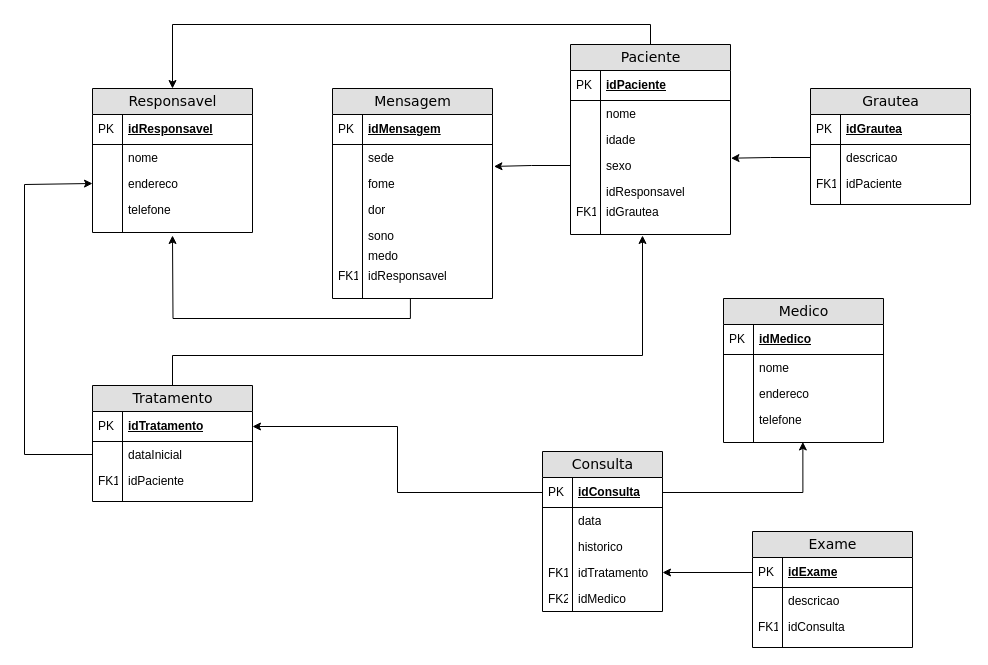
Before: Diagrama banco de dados ComuniCaut.drawio in andrematos79/andrematos79, a draw.io diagram. Source tidied: cells renumbered, new cells numbered last; positions are measured from the earlier drawing's top-left corner, leaving out a move shared by most shapes. Both pictures are drawn from the tidied source at 100%, with x=0, y=0 at pixel (24, 44).
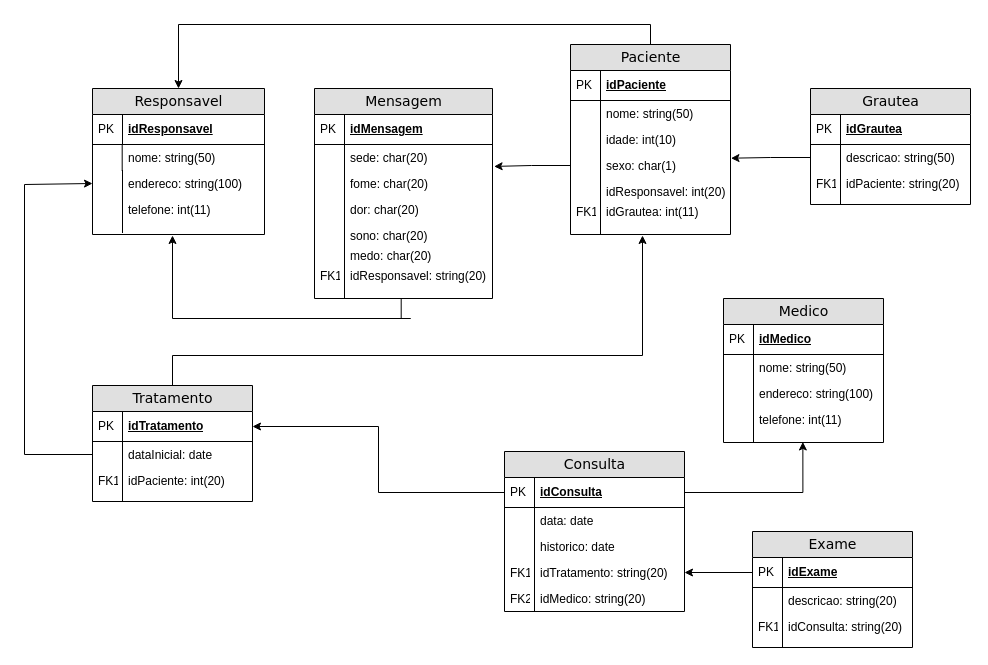
After the change.

Unchanged cells that the change refers to:
```xml
<mxCell id="3" value="Paciente" style="swimlane;html=1;fontStyle=0;horizontal=1;startSize=26;fillColor=#e0e0e0;swimlaneFillColor=#ffffff;align=center;rounded=0;shadow=0;comic=0;labelBackgroundColor=none;strokeWidth=1;fontFamily=Verdana;fontSize=14;" parent="1" vertex="1">
  <mxGeometry x="546" width="160" height="190" as="geometry" />
</mxCell>
<mxCell id="18" value="Grautea" style="swimlane;html=1;fontStyle=0;horizontal=1;startSize=26;fillColor=#e0e0e0;swimlaneFillColor=#ffffff;align=center;rounded=0;shadow=0;comic=0;labelBackgroundColor=none;strokeWidth=1;fontFamily=Verdana;fontSize=14;" parent="1" vertex="1">
  <mxGeometry x="786" y="44" width="160" height="116" as="geometry" />
</mxCell>
<mxCell id="40" value="Tratamento" style="swimlane;html=1;fontStyle=0;horizontal=1;startSize=26;fillColor=#e0e0e0;swimlaneFillColor=#ffffff;align=center;rounded=0;shadow=0;comic=0;labelBackgroundColor=none;strokeWidth=1;fontFamily=Verdana;fontSize=14;" parent="1" vertex="1">
  <mxGeometry x="68" y="341" width="160" height="116" as="geometry" />
</mxCell>
<mxCell id="49" value="Medico" style="swimlane;html=1;fontStyle=0;horizontal=1;startSize=26;fillColor=#e0e0e0;swimlaneFillColor=#ffffff;align=center;rounded=0;shadow=0;comic=0;labelBackgroundColor=none;strokeWidth=1;fontFamily=Verdana;fontSize=14;" parent="1" vertex="1">
  <mxGeometry x="699" y="254" width="160" height="144" as="geometry" />
</mxCell>
<mxCell id="72" value="Exame" style="swimlane;html=1;fontStyle=0;horizontal=1;startSize=26;fillColor=#e0e0e0;swimlaneFillColor=#ffffff;align=center;rounded=0;shadow=0;comic=0;labelBackgroundColor=none;strokeWidth=1;fontFamily=Verdana;fontSize=14;" parent="1" vertex="1">
  <mxGeometry x="728" y="487" width="160" height="116" as="geometry" />
</mxCell>
```

The edit, as a diff of the source:
```diff
@@
-    <mxCell id="6" value="nome" style="shape=partialRectangle;top=0;left=0;right=0;bottom=0;html=1;align=left;verticalAlign=top;fillColor=none;spacingLeft=34;spacingRight=4;whiteSpace=wrap;overflow=hidden;" parent="3" vertex="1">
+    <mxCell id="6" value="nome: string(50)" style="shape=partialRectangle;top=0;left=0;right=0;bottom=0;html=1;align=left;verticalAlign=top;fillColor=none;spacingLeft=34;spacingRight=4;whiteSpace=wrap;overflow=hidden;" parent="3" vertex="1">
       <mxGeometry y="56" width="160" height="26" as="geometry" />
     </mxCell>
@@
-    <mxCell id="8" value="idade" style="shape=partialRectangle;top=0;left=0;right=0;bottom=0;html=1;align=left;verticalAlign=top;fillColor=none;spacingLeft=34;spacingRight=4;whiteSpace=wrap;overflow=hidden;" parent="3" vertex="1">
+    <mxCell id="8" value="idade: int(10)" style="shape=partialRectangle;top=0;left=0;right=0;bottom=0;html=1;align=left;verticalAlign=top;fillColor=none;spacingLeft=34;spacingRight=4;whiteSpace=wrap;overflow=hidden;" parent="3" vertex="1">
       <mxGeometry y="82" width="160" height="26" as="geometry" />
     </mxCell>
@@
-    <mxCell id="10" value="sexo" style="shape=partialRectangle;top=0;left=0;right=0;bottom=0;html=1;align=left;verticalAlign=top;fillColor=none;spacingLeft=34;spacingRight=4;whiteSpace=wrap;overflow=hidden;points=[[0,0.5],[1,0.5]];portConstraint=eastwest;" parent="3" vertex="1">
+    <mxCell id="10" value="sexo: char(1)" style="shape=partialRectangle;top=0;left=0;right=0;bottom=0;html=1;align=left;verticalAlign=top;fillColor=none;spacingLeft=34;spacingRight=4;whiteSpace=wrap;overflow=hidden;points=[[0,0.5],[1,0.5]];portConstraint=eastwest;" parent="3" vertex="1">
       <mxGeometry y="108" width="160" height="26" as="geometry" />
     </mxCell>
@@
-    <mxCell id="12" value="idResponsavel" style="shape=partialRectangle;top=0;left=0;right=0;bottom=0;html=1;align=left;verticalAlign=top;fillColor=none;spacingLeft=34;spacingRight=4;whiteSpace=wrap;overflow=hidden;" parent="3" vertex="1">
+    <mxCell id="12" value="idResponsavel: int(20)" style="shape=partialRectangle;top=0;left=0;right=0;bottom=0;html=1;align=left;verticalAlign=top;fillColor=none;spacingLeft=34;spacingRight=4;whiteSpace=wrap;overflow=hidden;" parent="3" vertex="1">
       <mxGeometry y="134" width="160" height="20" as="geometry" />
     </mxCell>
@@
-    <mxCell id="14" value="idGrautea" style="shape=partialRectangle;top=0;left=0;right=0;bottom=0;html=1;align=left;verticalAlign=top;fillColor=none;spacingLeft=34;spacingRight=4;whiteSpace=wrap;overflow=hidden;" parent="3" vertex="1">
+    <mxCell id="14" value="idGrautea: int(11)" style="shape=partialRectangle;top=0;left=0;right=0;bottom=0;html=1;align=left;verticalAlign=top;fillColor=none;spacingLeft=34;spacingRight=4;whiteSpace=wrap;overflow=hidden;" parent="3" vertex="1">
       <mxGeometry y="154" width="160" height="26" as="geometry" />
     </mxCell>
@@
-    <mxCell id="21" value="descricao" style="shape=partialRectangle;top=0;left=0;right=0;bottom=0;html=1;align=left;verticalAlign=top;fillColor=none;spacingLeft=34;spacingRight=4;whiteSpace=wrap;overflow=hidden;points=[[0,0.5],[1,0.5]];portConstraint=eastwest;" parent="18" vertex="1">
+    <mxCell id="21" value="descricao: string(50)" style="shape=partialRectangle;top=0;left=0;right=0;bottom=0;html=1;align=left;verticalAlign=top;fillColor=none;spacingLeft=34;spacingRight=4;whiteSpace=wrap;overflow=hidden;points=[[0,0.5],[1,0.5]];portConstraint=eastwest;" parent="18" vertex="1">
       <mxGeometry y="56" width="160" height="26" as="geometry" />
     </mxCell>
@@
-    <mxCell id="23" value="idPaciente" style="shape=partialRectangle;top=0;left=0;right=0;bottom=0;html=1;align=left;verticalAlign=top;fillColor=none;spacingLeft=34;spacingRight=4;whiteSpace=wrap;overflow=hidden;" parent="18" vertex="1">
+    <mxCell id="23" value="idPaciente: string(20)" style="shape=partialRectangle;top=0;left=0;right=0;bottom=0;html=1;align=left;verticalAlign=top;fillColor=none;spacingLeft=34;spacingRight=4;whiteSpace=wrap;overflow=hidden;" parent="18" vertex="1">
       <mxGeometry y="82" width="160" height="26" as="geometry" />
     </mxCell>
@@
     <mxCell id="27" value="Responsavel" style="swimlane;html=1;fontStyle=0;horizontal=1;startSize=26;fillColor=#e0e0e0;swimlaneFillColor=#ffffff;align=center;rounded=0;shadow=0;comic=0;labelBackgroundColor=none;strokeWidth=1;fontFamily=Verdana;fontSize=14;" parent="1" vertex="1">
-      <mxGeometry x="68" y="44" width="160" height="144" as="geometry" />
+      <mxGeometry x="68" y="44" width="172" height="146" as="geometry" />
     </mxCell>
     <mxCell id="28" value="idResponsavel" style="shape=partialRectangle;top=0;left=0;right=0;bottom=1;html=1;align=left;verticalAlign=middle;fillColor=none;spacingLeft=34;spacingRight=4;whiteSpace=wrap;overflow=hidden;fontStyle=5;" parent="27" vertex="1">
-      <mxGeometry y="26" width="160" height="30" as="geometry" />
+      <mxGeometry y="26" width="172" height="30" as="geometry" />
     </mxCell>
@@
-    <mxCell id="30" value="nome" style="shape=partialRectangle;top=0;left=0;right=0;bottom=0;html=1;align=left;verticalAlign=top;fillColor=none;spacingLeft=34;spacingRight=4;whiteSpace=wrap;overflow=hidden;" parent="27" vertex="1">
-      <mxGeometry y="56" width="160" height="26" as="geometry" />
+    <mxCell id="30" value="nome: string(50)" style="shape=partialRectangle;top=0;left=0;right=0;bottom=0;html=1;align=left;verticalAlign=top;fillColor=none;spacingLeft=34;spacingRight=4;whiteSpace=wrap;overflow=hidden;" parent="27" vertex="1">
+      <mxGeometry y="56" width="172" height="26" as="geometry" />
     </mxCell>
     <mxCell id="31" style="shape=partialRectangle;top=0;left=0;bottom=0;html=1;fillColor=none;align=left;verticalAlign=top;spacingLeft=4;spacingRight=4;whiteSpace=wrap;overflow=hidden;" parent="30" vertex="1">
-      <mxGeometry width="30" height="26" as="geometry" />
+      <mxGeometry width="29.7" height="26" as="geometry" />
     </mxCell>
-    <mxCell id="32" value="endereco" style="shape=partialRectangle;top=0;left=0;right=0;bottom=0;html=1;align=left;verticalAlign=top;fillColor=none;spacingLeft=34;spacingRight=4;whiteSpace=wrap;overflow=hidden;points=[[0,0.5],[1,0.5]];portConstraint=eastwest;" parent="27" vertex="1">
-      <mxGeometry y="82" width="160" height="26" as="geometry" />
+    <mxCell id="32" value="endereco: string(100)" style="shape=partialRectangle;top=0;left=0;right=0;bottom=0;html=1;align=left;verticalAlign=top;fillColor=none;spacingLeft=34;spacingRight=4;whiteSpace=wrap;overflow=hidden;points=[[0,0.5],[1,0.5]];portConstraint=eastwest;" parent="27" vertex="1">
+      <mxGeometry y="82" width="172" height="26" as="geometry" />
     </mxCell>
@@
-    <mxCell id="34" value="telefone" style="shape=partialRectangle;top=0;left=0;right=0;bottom=0;html=1;align=left;verticalAlign=top;fillColor=none;spacingLeft=34;spacingRight=4;whiteSpace=wrap;overflow=hidden;" parent="27" vertex="1">
-      <mxGeometry y="108" width="160" height="26" as="geometry" />
+    <mxCell id="34" value="telefone: int(11)" style="shape=partialRectangle;top=0;left=0;right=0;bottom=0;html=1;align=left;verticalAlign=top;fillColor=none;spacingLeft=34;spacingRight=4;whiteSpace=wrap;overflow=hidden;" parent="27" vertex="1">
+      <mxGeometry y="108" width="172" height="26" as="geometry" />
     </mxCell>
@@
     <mxCell id="36" style="shape=partialRectangle;top=0;left=0;right=0;bottom=0;html=1;align=left;verticalAlign=top;fillColor=none;spacingLeft=34;spacingRight=4;whiteSpace=wrap;overflow=hidden;" parent="27" vertex="1">
-      <mxGeometry y="134" width="160" height="10" as="geometry" />
+      <mxGeometry y="134" width="172" height="10" as="geometry" />
     </mxCell>
@@
-    <mxCell id="43" value="dataInicial" style="shape=partialRectangle;top=0;left=0;right=0;bottom=0;html=1;align=left;verticalAlign=top;fillColor=none;spacingLeft=34;spacingRight=4;whiteSpace=wrap;overflow=hidden;points=[[0,0.5],[1,0.5]];portConstraint=eastwest;" parent="40" vertex="1">
+    <mxCell id="43" value="dataInicial: date" style="shape=partialRectangle;top=0;left=0;right=0;bottom=0;html=1;align=left;verticalAlign=top;fillColor=none;spacingLeft=34;spacingRight=4;whiteSpace=wrap;overflow=hidden;points=[[0,0.5],[1,0.5]];portConstraint=eastwest;" parent="40" vertex="1">
       <mxGeometry y="56" width="160" height="26" as="geometry" />
     </mxCell>
@@
-    <mxCell id="45" value="idPaciente" style="shape=partialRectangle;top=0;left=0;right=0;bottom=0;html=1;align=left;verticalAlign=top;fillColor=none;spacingLeft=34;spacingRight=4;whiteSpace=wrap;overflow=hidden;" parent="40" vertex="1">
+    <mxCell id="45" value="idPaciente: int(20)" style="shape=partialRectangle;top=0;left=0;right=0;bottom=0;html=1;align=left;verticalAlign=top;fillColor=none;spacingLeft=34;spacingRight=4;whiteSpace=wrap;overflow=hidden;" parent="40" vertex="1">
       <mxGeometry y="82" width="160" height="26" as="geometry" />
     </mxCell>
@@
-    <mxCell id="52" value="nome" style="shape=partialRectangle;top=0;left=0;right=0;bottom=0;html=1;align=left;verticalAlign=top;fillColor=none;spacingLeft=34;spacingRight=4;whiteSpace=wrap;overflow=hidden;" parent="49" vertex="1">
+    <mxCell id="52" value="nome: string(50)" style="shape=partialRectangle;top=0;left=0;right=0;bottom=0;html=1;align=left;verticalAlign=top;fillColor=none;spacingLeft=34;spacingRight=4;whiteSpace=wrap;overflow=hidden;" parent="49" vertex="1">
       <mxGeometry y="56" width="160" height="26" as="geometry" />
     </mxCell>
@@
-    <mxCell id="54" value="endereco" style="shape=partialRectangle;top=0;left=0;right=0;bottom=0;html=1;align=left;verticalAlign=top;fillColor=none;spacingLeft=34;spacingRight=4;whiteSpace=wrap;overflow=hidden;" parent="49" vertex="1">
+    <mxCell id="54" value="endereco: string(100)" style="shape=partialRectangle;top=0;left=0;right=0;bottom=0;html=1;align=left;verticalAlign=top;fillColor=none;spacingLeft=34;spacingRight=4;whiteSpace=wrap;overflow=hidden;" parent="49" vertex="1">
       <mxGeometry y="82" width="160" height="26" as="geometry" />
     </mxCell>
@@
-    <mxCell id="56" value="telefone" style="shape=partialRectangle;top=0;left=0;right=0;bottom=0;html=1;align=left;verticalAlign=top;fillColor=none;spacingLeft=34;spacingRight=4;whiteSpace=wrap;overflow=hidden;" parent="49" vertex="1">
+    <mxCell id="56" value="telefone: int(11)" style="shape=partialRectangle;top=0;left=0;right=0;bottom=0;html=1;align=left;verticalAlign=top;fillColor=none;spacingLeft=34;spacingRight=4;whiteSpace=wrap;overflow=hidden;" parent="49" vertex="1">
       <mxGeometry y="108" width="160" height="26" as="geometry" />
     </mxCell>
@@
     <mxCell id="60" value="Consulta" style="swimlane;html=1;fontStyle=0;horizontal=1;startSize=26;fillColor=#e0e0e0;swimlaneFillColor=#ffffff;align=center;rounded=0;shadow=0;comic=0;labelBackgroundColor=none;strokeWidth=1;fontFamily=Verdana;fontSize=14;" parent="1" vertex="1">
-      <mxGeometry x="518" y="407" width="120" height="160" as="geometry" />
+      <mxGeometry x="480" y="407" width="180" height="160" as="geometry" />
     </mxCell>
     <mxCell id="61" value="idConsulta" style="shape=partialRectangle;top=0;left=0;right=0;bottom=1;html=1;align=left;verticalAlign=middle;fillColor=none;spacingLeft=34;spacingRight=4;whiteSpace=wrap;overflow=hidden;points=[[0,0.5],[1,0.5]];portConstraint=eastwest;fontStyle=5;" parent="60" vertex="1">
-      <mxGeometry y="26" width="120" height="30" as="geometry" />
+      <mxGeometry y="26" width="180" height="30" as="geometry" />
     </mxCell>
@@
-    <mxCell id="63" value="data" style="shape=partialRectangle;top=0;left=0;right=0;bottom=0;html=1;align=left;verticalAlign=top;fillColor=none;spacingLeft=34;spacingRight=4;whiteSpace=wrap;overflow=hidden;" parent="60" vertex="1">
-      <mxGeometry y="56" width="120" height="26" as="geometry" />
+    <mxCell id="63" value="data: date" style="shape=partialRectangle;top=0;left=0;right=0;bottom=0;html=1;align=left;verticalAlign=top;fillColor=none;spacingLeft=34;spacingRight=4;whiteSpace=wrap;overflow=hidden;" parent="60" vertex="1">
+      <mxGeometry y="56" width="180" height="26" as="geometry" />
     </mxCell>
@@
-    <mxCell id="65" value="historico" style="shape=partialRectangle;top=0;left=0;right=0;bottom=0;html=1;align=left;verticalAlign=top;fillColor=none;spacingLeft=34;spacingRight=4;whiteSpace=wrap;overflow=hidden;" parent="60" vertex="1">
-      <mxGeometry y="82" width="120" height="26" as="geometry" />
+    <mxCell id="65" value="historico: date" style="shape=partialRectangle;top=0;left=0;right=0;bottom=0;html=1;align=left;verticalAlign=top;fillColor=none;spacingLeft=34;spacingRight=4;whiteSpace=wrap;overflow=hidden;" parent="60" vertex="1">
+      <mxGeometry y="82" width="180" height="26" as="geometry" />
     </mxCell>
@@
-    <mxCell id="67" value="idTratamento" style="shape=partialRectangle;top=0;left=0;right=0;bottom=0;html=1;align=left;verticalAlign=top;fillColor=none;spacingLeft=34;spacingRight=4;whiteSpace=wrap;overflow=hidden;points=[[0,0.5],[1,0.5]];portConstraint=eastwest;" parent="60" vertex="1">
-      <mxGeometry y="108" width="120" height="26" as="geometry" />
+    <mxCell id="67" value="idTratamento: string(20)" style="shape=partialRectangle;top=0;left=0;right=0;bottom=0;html=1;align=left;verticalAlign=top;fillColor=none;spacingLeft=34;spacingRight=4;whiteSpace=wrap;overflow=hidden;points=[[0,0.5],[1,0.5]];portConstraint=eastwest;" parent="60" vertex="1">
+      <mxGeometry y="108" width="180" height="26" as="geometry" />
     </mxCell>
@@
-    <mxCell id="69" value="idMedico" style="shape=partialRectangle;top=0;left=0;right=0;bottom=0;html=1;align=left;verticalAlign=top;fillColor=none;spacingLeft=34;spacingRight=4;whiteSpace=wrap;overflow=hidden;" parent="60" vertex="1">
-      <mxGeometry y="134" width="120" height="26" as="geometry" />
+    <mxCell id="69" value="idMedico: string(20)" style="shape=partialRectangle;top=0;left=0;right=0;bottom=0;html=1;align=left;verticalAlign=top;fillColor=none;spacingLeft=34;spacingRight=4;whiteSpace=wrap;overflow=hidden;" parent="60" vertex="1">
+      <mxGeometry y="134" width="180" height="26" as="geometry" />
     </mxCell>
@@
-    <mxCell id="75" value="descricao" style="shape=partialRectangle;top=0;left=0;right=0;bottom=0;html=1;align=left;verticalAlign=top;fillColor=none;spacingLeft=34;spacingRight=4;whiteSpace=wrap;overflow=hidden;" parent="72" vertex="1">
+    <mxCell id="75" value="descricao: string(20)" style="shape=partialRectangle;top=0;left=0;right=0;bottom=0;html=1;align=left;verticalAlign=top;fillColor=none;spacingLeft=34;spacingRight=4;whiteSpace=wrap;overflow=hidden;" parent="72" vertex="1">
       <mxGeometry y="56" width="160" height="26" as="geometry" />
     </mxCell>
@@
-    <mxCell id="77" value="idConsulta" style="shape=partialRectangle;top=0;left=0;right=0;bottom=0;html=1;align=left;verticalAlign=top;fillColor=none;spacingLeft=34;spacingRight=4;whiteSpace=wrap;overflow=hidden;" parent="72" vertex="1">
+    <mxCell id="77" value="idConsulta: string(20)" style="shape=partialRectangle;top=0;left=0;right=0;bottom=0;html=1;align=left;verticalAlign=top;fillColor=none;spacingLeft=34;spacingRight=4;whiteSpace=wrap;overflow=hidden;" parent="72" vertex="1">
       <mxGeometry y="82" width="160" height="26" as="geometry" />
     </mxCell>
@@
     <mxCell id="82" value="Mensagem" style="swimlane;html=1;fontStyle=0;horizontal=1;startSize=26;fillColor=#e0e0e0;swimlaneFillColor=#ffffff;align=center;rounded=0;shadow=0;comic=0;labelBackgroundColor=none;strokeWidth=1;fontFamily=Verdana;fontSize=14;" parent="1" vertex="1">
-      <mxGeometry x="308" y="44" width="160" height="210" as="geometry" />
+      <mxGeometry x="290" y="44" width="178" height="210" as="geometry" />
     </mxCell>
     <mxCell id="83" value="idMensagem" style="shape=partialRectangle;top=0;left=0;right=0;bottom=1;html=1;align=left;verticalAlign=middle;fillColor=none;spacingLeft=34;spacingRight=4;whiteSpace=wrap;overflow=hidden;fontStyle=5;" parent="82" vertex="1">
-      <mxGeometry y="26" width="160" height="30" as="geometry" />
+      <mxGeometry y="26" width="178" height="30" as="geometry" />
     </mxCell>
@@
-    <mxCell id="85" value="sede" style="shape=partialRectangle;top=0;left=0;right=0;bottom=0;html=1;align=left;verticalAlign=top;fillColor=none;spacingLeft=34;spacingRight=4;whiteSpace=wrap;overflow=hidden;" parent="82" vertex="1">
-      <mxGeometry y="56" width="160" height="26" as="geometry" />
+    <mxCell id="85" value="sede: char(20)" style="shape=partialRectangle;top=0;left=0;right=0;bottom=0;html=1;align=left;verticalAlign=top;fillColor=none;spacingLeft=34;spacingRight=4;whiteSpace=wrap;overflow=hidden;" parent="82" vertex="1">
+      <mxGeometry y="56" width="178" height="26" as="geometry" />
     </mxCell>
@@
-    <mxCell id="87" value="fome" style="shape=partialRectangle;top=0;left=0;right=0;bottom=0;html=1;align=left;verticalAlign=top;fillColor=none;spacingLeft=34;spacingRight=4;whiteSpace=wrap;overflow=hidden;points=[[0,0.5],[1,0.5]];portConstraint=eastwest;" parent="82" vertex="1">
-      <mxGeometry y="82" width="160" height="26" as="geometry" />
+    <mxCell id="87" value="fome: char(20)" style="shape=partialRectangle;top=0;left=0;right=0;bottom=0;html=1;align=left;verticalAlign=top;fillColor=none;spacingLeft=34;spacingRight=4;whiteSpace=wrap;overflow=hidden;points=[[0,0.5],[1,0.5]];portConstraint=eastwest;" parent="82" vertex="1">
+      <mxGeometry y="82" width="178" height="26" as="geometry" />
     </mxCell>
@@
-    <mxCell id="89" value="dor" style="shape=partialRectangle;top=0;left=0;right=0;bottom=0;html=1;align=left;verticalAlign=top;fillColor=none;spacingLeft=34;spacingRight=4;whiteSpace=wrap;overflow=hidden;" parent="82" vertex="1">
-      <mxGeometry y="108" width="160" height="26" as="geometry" />
+    <mxCell id="89" value="dor: char(20)" style="shape=partialRectangle;top=0;left=0;right=0;bottom=0;html=1;align=left;verticalAlign=top;fillColor=none;spacingLeft=34;spacingRight=4;whiteSpace=wrap;overflow=hidden;" parent="82" vertex="1">
+      <mxGeometry y="108" width="178" height="26" as="geometry" />
     </mxCell>
@@
-    <mxCell id="91" value="sono" style="shape=partialRectangle;top=0;left=0;right=0;bottom=0;html=1;align=left;verticalAlign=top;fillColor=none;spacingLeft=34;spacingRight=4;whiteSpace=wrap;overflow=hidden;" parent="82" vertex="1">
-      <mxGeometry y="134" width="160" height="20" as="geometry" />
+    <mxCell id="91" value="sono: char(20)" style="shape=partialRectangle;top=0;left=0;right=0;bottom=0;html=1;align=left;verticalAlign=top;fillColor=none;spacingLeft=34;spacingRight=4;whiteSpace=wrap;overflow=hidden;" parent="82" vertex="1">
+      <mxGeometry y="134" width="178" height="20" as="geometry" />
     </mxCell>
@@
-    <mxCell id="93" value="medo" style="shape=partialRectangle;top=0;left=0;right=0;bottom=0;html=1;align=left;verticalAlign=top;fillColor=none;spacingLeft=34;spacingRight=4;whiteSpace=wrap;overflow=hidden;" parent="82" vertex="1">
-      <mxGeometry y="154" width="160" height="20" as="geometry" />
+    <mxCell id="93" value="medo: char(20)" style="shape=partialRectangle;top=0;left=0;right=0;bottom=0;html=1;align=left;verticalAlign=top;fillColor=none;spacingLeft=34;spacingRight=4;whiteSpace=wrap;overflow=hidden;" parent="82" vertex="1">
+      <mxGeometry y="154" width="178" height="20" as="geometry" />
     </mxCell>
@@
-    <mxCell id="95" value="idResponsavel" style="shape=partialRectangle;top=0;left=0;right=0;bottom=0;html=1;align=left;verticalAlign=top;fillColor=none;spacingLeft=34;spacingRight=4;whiteSpace=wrap;overflow=hidden;" parent="82" vertex="1">
-      <mxGeometry y="174" width="160" height="26" as="geometry" />
+    <mxCell id="95" value="idResponsavel: string(20)" style="shape=partialRectangle;top=0;left=0;right=0;bottom=0;html=1;align=left;verticalAlign=top;fillColor=none;spacingLeft=34;spacingRight=4;whiteSpace=wrap;overflow=hidden;" parent="82" vertex="1">
+      <mxGeometry y="174" width="178" height="26" as="geometry" />
     </mxCell>
@@
     <mxCell id="97" style="shape=partialRectangle;top=0;left=0;right=0;bottom=0;html=1;align=left;verticalAlign=top;fillColor=none;spacingLeft=34;spacingRight=4;whiteSpace=wrap;overflow=hidden;points=[[0,0.5],[1,0.5]];portConstraint=eastwest;" parent="82" vertex="1">
-      <mxGeometry y="200" width="160" height="10" as="geometry" />
+      <mxGeometry y="200" width="178" height="10" as="geometry" />
     </mxCell>
@@
     <mxCell id="101" style="edgeStyle=orthogonalEdgeStyle;rounded=0;jettySize=auto;html=1;exitX=0.487;exitY=0.971;exitDx=0;exitDy=0;exitPerimeter=0;" parent="1" edge="1" source="97">
       <mxGeometry relative="1" as="geometry">
         <mxPoint x="148" y="191" as="targetPoint" />
+        <Array as="points">
+          <mxPoint x="386" y="274" />
+          <mxPoint x="149" y="274" />
+        </Array>
       </mxGeometry>
     </mxCell>
```
